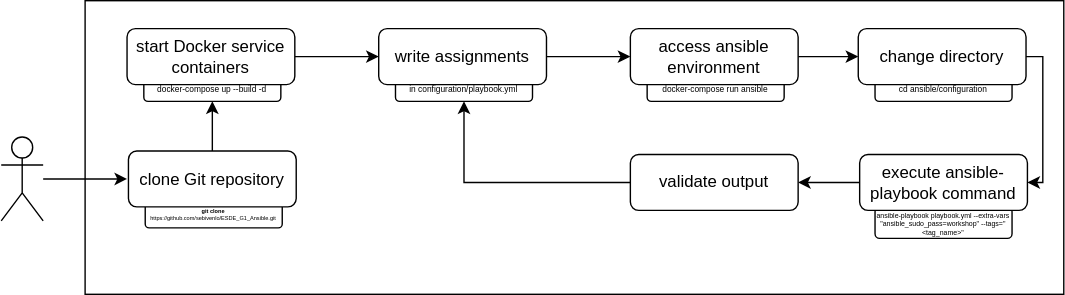
This is documentation/images/Assignment_workflow.svg from sebivenlo/ESDE_G1_Ansible, a draw.io export, as it was before one commit. Source tidied: cells renumbered, new cells last; positions are measured from the earlier drawing's top-left corner, leaving out a move shared by most shapes.
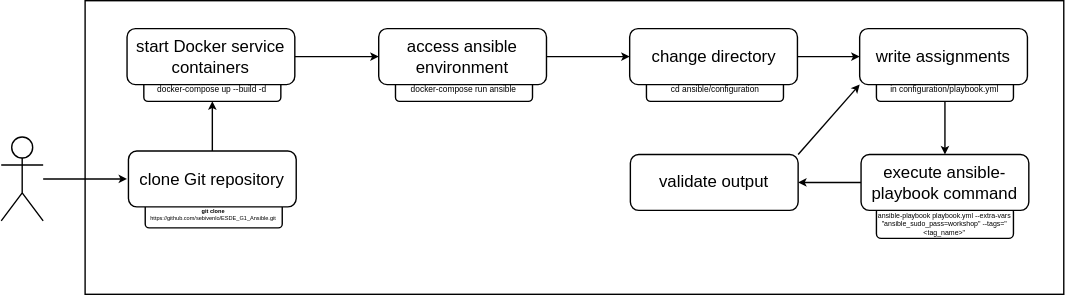
After the commit.

Commit message:
new changes to architecture and vpp file

The edit, as a diff of the source:
```diff
@@ -8,13 +8,13 @@
     <mxCell id="3" value="&lt;font style=&quot;font-size: 6px&quot;&gt;docker-compose up --build -d&lt;/font&gt;" style="rounded=1;whiteSpace=wrap;html=1;" parent="1" vertex="1">
       <mxGeometry x="102" y="52" width="98" height="20" as="geometry" />
     </mxCell>
-    <mxCell id="4" style="edgeStyle=orthogonalEdgeStyle;rounded=0;jettySize=auto;html=1;exitX=1;exitY=0.5;exitDx=0;exitDy=0;entryX=0;entryY=0.5;entryDx=0;entryDy=0;" parent="1" edge="1" source="5" target="10">
+    <mxCell id="4" style="edgeStyle=orthogonalEdgeStyle;rounded=0;jettySize=auto;html=1;exitX=1;exitY=0.5;exitDx=0;exitDy=0;entryX=0;entryY=0.5;entryDx=0;entryDy=0;startSize=3;endSize=3;" parent="1" edge="1" source="5" target="13">
       <mxGeometry relative="1" as="geometry" />
     </mxCell>
     <mxCell id="5" value="start Docker service containers" style="rounded=1;whiteSpace=wrap;html=1;" parent="1" vertex="1">
       <mxGeometry x="90" y="20" width="120" height="40" as="geometry" />
     </mxCell>
-    <mxCell id="6" style="edgeStyle=orthogonalEdgeStyle;rounded=0;jettySize=auto;html=1;entryX=0;entryY=0.5;entryDx=0;entryDy=0;" parent="1" edge="1" source="7">
+    <mxCell id="6" style="edgeStyle=orthogonalEdgeStyle;rounded=0;jettySize=auto;html=1;entryX=0;entryY=0.5;entryDx=0;entryDy=0;startSize=3;endSize=3;" parent="1" edge="1" source="7">
       <mxGeometry relative="1" as="geometry">
         <mxPoint x="90" y="127.5" as="targetPoint" />
       </mxGeometry>
@@ -23,47 +23,42 @@
       <mxGeometry y="97.5" width="30" height="60" as="geometry" />
     </mxCell>
     <mxCell id="8" value="&lt;font style=&quot;font-size: 6px&quot;&gt;in configuration/playbook.yml&lt;/font&gt;" style="rounded=1;whiteSpace=wrap;html=1;" parent="1" vertex="1">
-      <mxGeometry x="282" y="52" width="98" height="20" as="geometry" />
+      <mxGeometry x="626" y="52" width="98" height="20" as="geometry" />
     </mxCell>
-    <mxCell id="9" style="edgeStyle=orthogonalEdgeStyle;rounded=0;jettySize=auto;html=1;exitX=1;exitY=0.5;exitDx=0;exitDy=0;entryX=0;entryY=0.5;entryDx=0;entryDy=0;" parent="1" edge="1" source="10" target="13">
+    <mxCell id="9" style="edgeStyle=orthogonalEdgeStyle;rounded=0;jettySize=auto;html=1;entryX=0.5;entryY=0;entryDx=0;entryDy=0;exitX=0.5;exitY=1;exitDx=0;exitDy=0;startSize=3;endSize=3;" parent="1" edge="1" source="8" target="19">
       <mxGeometry relative="1" as="geometry" />
     </mxCell>
     <mxCell id="10" value="write assignments" style="rounded=1;whiteSpace=wrap;html=1;" parent="1" vertex="1">
-      <mxGeometry x="270" y="20" width="120" height="40" as="geometry" />
+      <mxGeometry x="614" y="20" width="120" height="40" as="geometry" />
     </mxCell>
     <mxCell id="11" value="&lt;font style=&quot;font-size: 6px&quot;&gt;docker-compose run ansible&lt;/font&gt;" style="rounded=1;whiteSpace=wrap;html=1;" parent="1" vertex="1">
-      <mxGeometry x="462" y="52" width="98" height="20" as="geometry" />
+      <mxGeometry x="282" y="52" width="98" height="20" as="geometry" />
     </mxCell>
-    <mxCell id="12" style="edgeStyle=orthogonalEdgeStyle;rounded=0;jettySize=auto;html=1;exitX=1;exitY=0.5;exitDx=0;exitDy=0;entryX=0;entryY=0.5;entryDx=0;entryDy=0;" parent="1" edge="1" source="13" target="16">
+    <mxCell id="12" style="edgeStyle=orthogonalEdgeStyle;rounded=0;jettySize=auto;html=1;exitX=1;exitY=0.5;exitDx=0;exitDy=0;entryX=0;entryY=0.5;entryDx=0;entryDy=0;startSize=3;endSize=3;" parent="1" edge="1" source="13" target="16">
       <mxGeometry relative="1" as="geometry" />
     </mxCell>
     <mxCell id="13" value="access ansible environment" style="rounded=1;whiteSpace=wrap;html=1;" parent="1" vertex="1">
-      <mxGeometry x="450" y="20" width="120" height="40" as="geometry" />
+      <mxGeometry x="270" y="20" width="120" height="40" as="geometry" />
     </mxCell>
     <mxCell id="14" value="&lt;font style=&quot;font-size: 6px&quot;&gt;cd ansible/configuration&lt;/font&gt;" style="rounded=1;whiteSpace=wrap;html=1;" parent="1" vertex="1">
-      <mxGeometry x="625" y="52" width="98" height="20" as="geometry" />
+      <mxGeometry x="461.5" y="52" width="98" height="20" as="geometry" />
     </mxCell>
-    <mxCell id="15" style="edgeStyle=orthogonalEdgeStyle;rounded=0;jettySize=auto;html=1;exitX=1;exitY=0.5;exitDx=0;exitDy=0;entryX=1;entryY=0.5;entryDx=0;entryDy=0;" parent="1" edge="1" source="16" target="19">
-      <mxGeometry relative="1" as="geometry">
-        <Array as="points">
-          <mxPoint x="745" y="40" />
-          <mxPoint x="745" y="130" />
-        </Array>
-      </mxGeometry>
+    <mxCell id="15" style="edgeStyle=orthogonalEdgeStyle;rounded=0;jettySize=auto;html=1;exitX=1;exitY=0.5;exitDx=0;exitDy=0;entryX=0;entryY=0.5;entryDx=0;entryDy=0;startSize=3;endSize=3;" parent="1" edge="1" source="16" target="10">
+      <mxGeometry relative="1" as="geometry" />
     </mxCell>
     <mxCell id="16" value="change directory" style="rounded=1;whiteSpace=wrap;html=1;" parent="1" vertex="1">
-      <mxGeometry x="613" y="20" width="120" height="40" as="geometry" />
+      <mxGeometry x="449.5" y="20" width="120" height="40" as="geometry" />
     </mxCell>
     <mxCell id="17" value="&lt;font style=&quot;font-size: 5px&quot;&gt;ansible-playbook playbook.yml --extra-vars &quot;ansible_sudo_pass=workshop&quot; --tags=&quot;&amp;lt;tag_name&amp;gt;&quot;&lt;/font&gt;" style="rounded=1;whiteSpace=wrap;html=1;fontSize=5;" parent="1" vertex="1">
-      <mxGeometry x="625" y="147.5" width="98" height="22.5" as="geometry" />
+      <mxGeometry x="626" y="147.5" width="98" height="22.5" as="geometry" />
     </mxCell>
-    <mxCell id="18" style="edgeStyle=orthogonalEdgeStyle;rounded=0;jettySize=auto;html=1;exitX=0;exitY=0.5;exitDx=0;exitDy=0;entryX=1;entryY=0.5;entryDx=0;entryDy=0;" parent="1" edge="1" source="19" target="21">
+    <mxCell id="18" style="edgeStyle=orthogonalEdgeStyle;rounded=0;jettySize=auto;html=1;exitX=0;exitY=0.5;exitDx=0;exitDy=0;entryX=1;entryY=0.5;entryDx=0;entryDy=0;startSize=3;endSize=3;" parent="1" edge="1" source="19" target="21">
       <mxGeometry relative="1" as="geometry" />
     </mxCell>
     <mxCell id="19" value="execute ansible-playbook command" style="rounded=1;whiteSpace=wrap;html=1;" parent="1" vertex="1">
-      <mxGeometry x="614" y="110" width="120" height="40" as="geometry" />
+      <mxGeometry x="615" y="110" width="120" height="40" as="geometry" />
     </mxCell>
-    <mxCell id="20" style="edgeStyle=orthogonalEdgeStyle;rounded=0;jettySize=auto;html=1;exitX=0;exitY=0.5;exitDx=0;exitDy=0;entryX=0.5;entryY=1;entryDx=0;entryDy=0;" parent="1" edge="1" source="21" target="8">
+    <mxCell id="20" style="rounded=0;jettySize=auto;html=1;exitX=1;exitY=0;exitDx=0;exitDy=0;entryX=0;entryY=1;entryDx=0;entryDy=0;startSize=3;endSize=3;" parent="1" edge="1" source="21" target="10">
       <mxGeometry relative="1" as="geometry" />
     </mxCell>
     <mxCell id="21" value="validate output" style="rounded=1;whiteSpace=wrap;html=1;" parent="1" vertex="1">
@@ -72,7 +67,7 @@
     <mxCell id="22" value="&lt;font style=&quot;font-size: 4px&quot;&gt;&lt;b&gt;git clone&lt;/b&gt; https://github.com/sebivenlo/ESDE_G1_Ansible.git&lt;/font&gt;" style="rounded=1;whiteSpace=wrap;html=1;spacing=2;spacingTop=0;fontSize=4;" parent="1" vertex="1">
       <mxGeometry x="103" y="143.5" width="98" height="19" as="geometry" />
     </mxCell>
-    <mxCell id="23" style="edgeStyle=orthogonalEdgeStyle;rounded=0;jettySize=auto;html=1;entryX=0.5;entryY=1;entryDx=0;entryDy=0;fontSize=4;strokeWidth=1;" parent="1" edge="1" source="24" target="3">
+    <mxCell id="23" style="edgeStyle=orthogonalEdgeStyle;rounded=0;jettySize=auto;html=1;entryX=0.5;entryY=1;entryDx=0;entryDy=0;fontSize=4;strokeWidth=1;startSize=3;endSize=3;" parent="1" edge="1" source="24" target="3">
       <mxGeometry relative="1" as="geometry" />
     </mxCell>
     <mxCell id="24" value="clone Git repository" style="rounded=1;whiteSpace=wrap;html=1;" parent="1" vertex="1">
```
